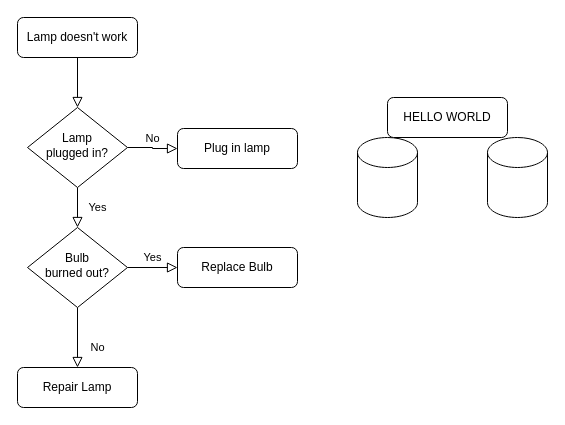
This is docs/ui/Untitled Diagram.drawio from devopsw18/docs, a draw.io file, before an edit. Source tidied: cells renumbered, new cells numbered last; positions are measured from the earlier drawing's top-left corner, leaving out a move shared by most shapes. Both pictures are drawn from the tidied source at 100%, with x=0, y=0 at pixel (17, 17).
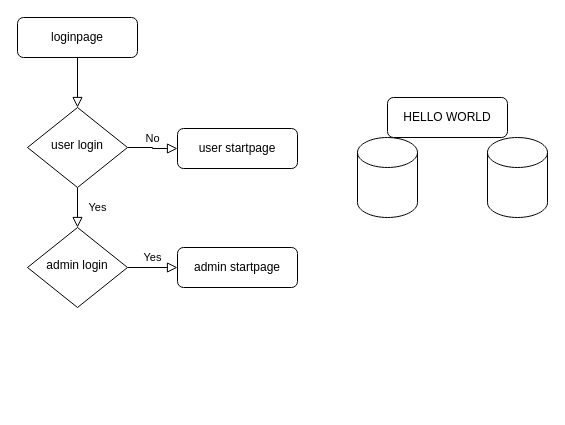
The same page after the edit.

What changed in the source:
```diff
@@
 <mxGraphModel>
   <root>
     <mxCell id="0" />
     <mxCell id="1" parent="0" />
     <mxCell id="2" style="rounded=0;html=1;jettySize=auto;fontSize=11;endArrow=block;endFill=0;endSize=8;strokeWidth=1;shadow=0;labelBackgroundColor=none;edgeStyle=orthogonalEdgeStyle;" parent="1" edge="1" source="3" target="6">
       <mxGeometry relative="1" as="geometry" />
     </mxCell>
-    <mxCell id="3" value="Lamp doesn't work" style="rounded=1;whiteSpace=wrap;html=1;fontSize=12;glass=0;strokeWidth=1;shadow=0;" parent="1" vertex="1">
+    <mxCell id="3" value="loginpage" style="rounded=1;whiteSpace=wrap;html=1;fontSize=12;glass=0;strokeWidth=1;shadow=0;" parent="1" vertex="1">
       <mxGeometry width="120" height="40" as="geometry" />
     </mxCell>
     <mxCell id="4" value="Yes" style="rounded=0;html=1;jettySize=auto;fontSize=11;endArrow=block;endFill=0;endSize=8;strokeWidth=1;shadow=0;labelBackgroundColor=none;edgeStyle=orthogonalEdgeStyle;" parent="1" edge="1" source="6" target="10">
       <mxGeometry y="20" relative="1" as="geometry" />
     </mxCell>
     <mxCell id="5" value="No" style="edgeStyle=orthogonalEdgeStyle;rounded=0;html=1;jettySize=auto;fontSize=11;endArrow=block;endFill=0;endSize=8;strokeWidth=1;shadow=0;labelBackgroundColor=none;" parent="1" edge="1" source="6" target="7">
       <mxGeometry y="10" relative="1" as="geometry" />
     </mxCell>
-    <mxCell id="6" value="Lamp&lt;br&gt;plugged in?" style="rhombus;whiteSpace=wrap;html=1;shadow=0;fontFamily=Helvetica;fontSize=12;align=center;strokeWidth=1;spacing=6;spacingTop=-4;" parent="1" vertex="1">
+    <mxCell id="6" value="user login" style="rhombus;whiteSpace=wrap;html=1;shadow=0;fontFamily=Helvetica;fontSize=12;align=center;strokeWidth=1;spacing=6;spacingTop=-4;" parent="1" vertex="1">
       <mxGeometry x="10" y="90" width="100" height="80" as="geometry" />
     </mxCell>
-    <mxCell id="7" value="Plug in lamp" style="rounded=1;whiteSpace=wrap;html=1;fontSize=12;glass=0;strokeWidth=1;shadow=0;" parent="1" vertex="1">
+    <mxCell id="7" value="user startpage" style="rounded=1;whiteSpace=wrap;html=1;fontSize=12;glass=0;strokeWidth=1;shadow=0;" parent="1" vertex="1">
       <mxGeometry x="160" y="111" width="120" height="40" as="geometry" />
     </mxCell>
-    <mxCell id="8" value="No" style="rounded=0;html=1;jettySize=auto;fontSize=11;endArrow=block;endFill=0;endSize=8;strokeWidth=1;shadow=0;labelBackgroundColor=none;edgeStyle=orthogonalEdgeStyle;" parent="1" edge="1" source="10" target="11">
-      <mxGeometry x="0.33" y="20" relative="1" as="geometry" />
-    </mxCell>
     <mxCell id="9" value="Yes" style="edgeStyle=orthogonalEdgeStyle;rounded=0;html=1;jettySize=auto;fontSize=11;endArrow=block;endFill=0;endSize=8;strokeWidth=1;shadow=0;labelBackgroundColor=none;" parent="1" edge="1" source="10" target="12">
       <mxGeometry y="10" relative="1" as="geometry" />
     </mxCell>
-    <mxCell id="10" value="Bulb&lt;br&gt;burned out?" style="rhombus;whiteSpace=wrap;html=1;shadow=0;fontFamily=Helvetica;fontSize=12;align=center;strokeWidth=1;spacing=6;spacingTop=-4;" parent="1" vertex="1">
+    <mxCell id="10" value="admin login" style="rhombus;whiteSpace=wrap;html=1;shadow=0;fontFamily=Helvetica;fontSize=12;align=center;strokeWidth=1;spacing=6;spacingTop=-4;" parent="1" vertex="1">
       <mxGeometry x="10" y="210" width="100" height="80" as="geometry" />
     </mxCell>
-    <mxCell id="11" value="Repair Lamp" style="rounded=1;whiteSpace=wrap;html=1;fontSize=12;glass=0;strokeWidth=1;shadow=0;" parent="1" vertex="1">
-      <mxGeometry y="350" width="120" height="40" as="geometry" />
-    </mxCell>
-    <mxCell id="12" value="Replace Bulb" style="rounded=1;whiteSpace=wrap;html=1;fontSize=12;glass=0;strokeWidth=1;shadow=0;" parent="1" vertex="1">
+    <mxCell id="12" value="admin startpage" style="rounded=1;whiteSpace=wrap;html=1;fontSize=12;glass=0;strokeWidth=1;shadow=0;" parent="1" vertex="1">
       <mxGeometry x="160" y="230" width="120" height="40" as="geometry" />
     </mxCell>
     <mxCell id="13" value="HELLO WORLD" style="rounded=1;whiteSpace=wrap;html=1;fontSize=12;glass=0;strokeWidth=1;shadow=0;" parent="1" vertex="1">
       <mxGeometry x="370" y="80" width="120" height="40" as="geometry" />
     </mxCell>
     <mxCell id="14" style="shape=cylinder3;whiteSpace=wrap;html=1;boundedLbl=1;backgroundOutline=1;size=15;" parent="1" vertex="1">
       <mxGeometry x="340" y="120" width="60" height="80" as="geometry" />
     </mxCell>
     <mxCell id="15" style="shape=cylinder3;whiteSpace=wrap;html=1;boundedLbl=1;backgroundOutline=1;size=15;" parent="1" vertex="1">
       <mxGeometry x="470" y="120" width="60" height="80" as="geometry" />
     </mxCell>
   </root>
 </mxGraphModel>
```
